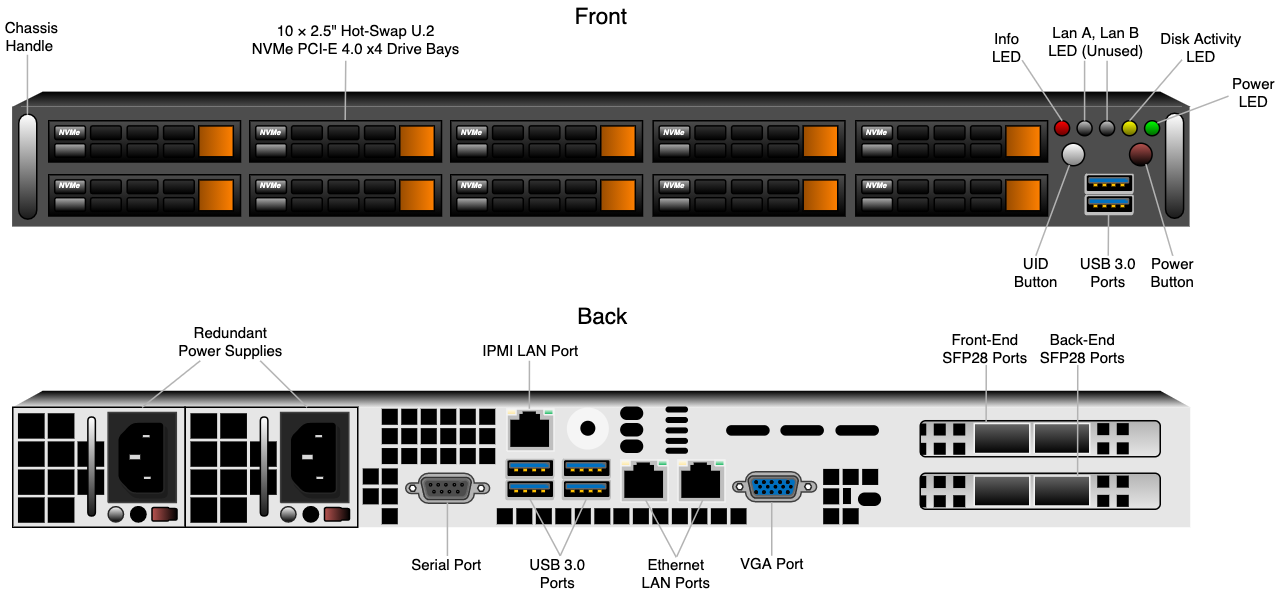
Qumulo/docs keeps this draw.io diagram as supermicro/images/supermicro-front-back-diagram.png. Above is the earlier version. Source tidied: cells renumbered, new cells last; positions are measured from the earlier drawing's top-left corner, leaving out a move shared by most shapes.
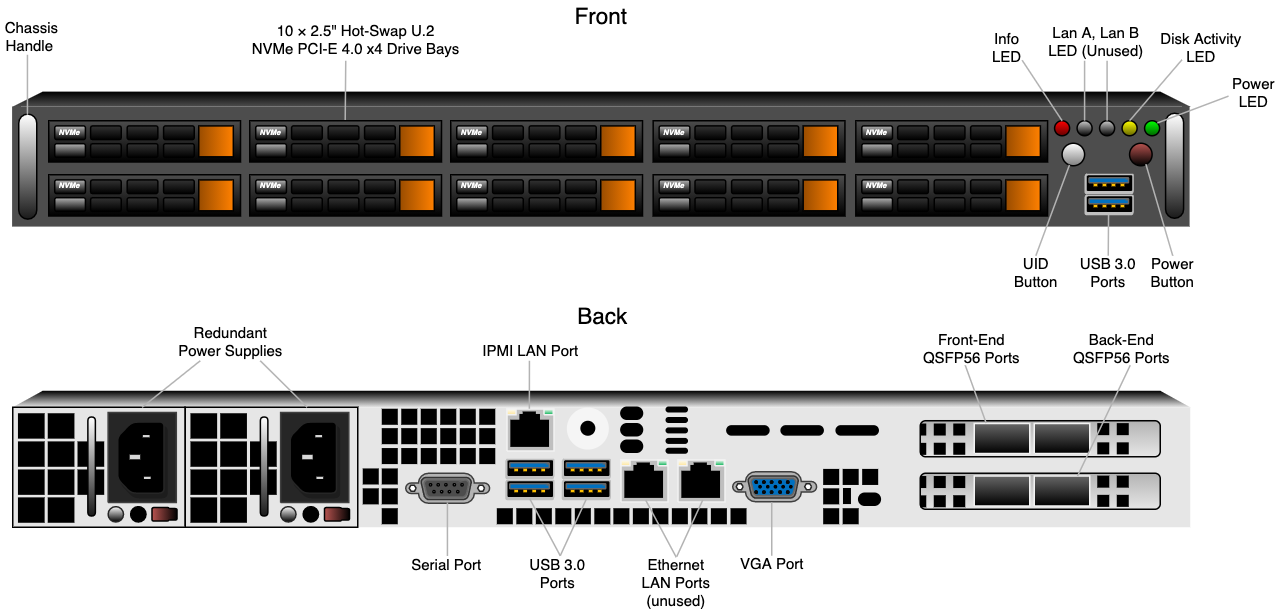
After the commit.

Diff of the diagram source:
```diff
@@ -1173,8 +1173,8 @@
         <mxPoint x="369.4" y="272" as="targetPoint" />
       </mxGeometry>
     </mxCell>
-    <mxCell id="386" value="Front-End SFP28 Ports" style="text;whiteSpace=wrap;html=1;fontSize=10;align=center;" parent="1" vertex="1">
-      <mxGeometry x="636.9" y="212.8" width="72.7" height="20" as="geometry" />
+    <mxCell id="386" value="Front-End QSFP56 Ports" style="text;whiteSpace=wrap;html=1;fontSize=10;align=center;" parent="1" vertex="1">
+      <mxGeometry x="628.1" y="212.8" width="72.7" height="20" as="geometry" />
     </mxCell>
     <mxCell id="387" style="group;" parent="1" vertex="1">
       <mxGeometry x="630" y="280" width="160" height="24" as="geometry" />
@@ -1290,8 +1290,8 @@
         <mxPoint x="314.8" y="370.2" as="targetPoint" />
       </mxGeometry>
     </mxCell>
-    <mxCell id="422" value="Ethernet&lt;br&gt;LAN Ports" style="text;html=1;strokeColor=none;fillColor=none;align=center;verticalAlign=middle;whiteSpace=wrap;rounded=0;shadow=0;fontSize=10;" parent="1" vertex="1">
-      <mxGeometry x="442.2" y="371" width="51" height="20" as="geometry" />
+    <mxCell id="422" value="Ethernet&lt;br&gt;LAN Ports&lt;br&gt;(unused)" style="text;html=1;strokeColor=none;fillColor=none;align=center;verticalAlign=middle;whiteSpace=wrap;rounded=0;shadow=0;fontSize=10;" parent="1" vertex="1">
+      <mxGeometry x="442.2" y="373" width="51" height="28" as="geometry" />
     </mxCell>
     <mxCell id="423" style="endArrow=none;html=1;fontSize=10;shadow=0;strokeColor=#B3B3B3;exitX=0.51;exitY=0.949;exitDx=0;exitDy=0;exitPerimeter=0;" parent="1" edge="1">
       <mxGeometry relative="1" as="geometry">
@@ -1305,17 +1305,17 @@
         <mxPoint x="467.3" y="371" as="targetPoint" />
       </mxGeometry>
     </mxCell>
-    <mxCell id="425" value="Back-End SFP28 Ports" style="text;whiteSpace=wrap;html=1;fontSize=10;align=center;" parent="1" vertex="1">
-      <mxGeometry x="701.9" y="212.9" width="72.7" height="20" as="geometry" />
+    <mxCell id="425" value="Back-End QSFP56 Ports" style="text;whiteSpace=wrap;html=1;fontSize=10;align=center;" parent="1" vertex="1">
+      <mxGeometry x="727.6" y="212.8" width="72.7" height="20" as="geometry" />
     </mxCell>
     <mxCell id="426" style="endArrow=none;html=1;fontSize=10;shadow=0;strokeColor=#B3B3B3;entryX=0.214;entryY=-0.02;entryDx=0;entryDy=0;entryPerimeter=0;" parent="1" edge="1" target="394">
       <mxGeometry relative="1" as="geometry">
-        <mxPoint x="674" y="242.8" as="sourcePoint" />
+        <mxPoint x="660" y="243" as="sourcePoint" />
       </mxGeometry>
     </mxCell>
     <mxCell id="427" style="endArrow=none;html=1;fontSize=10;shadow=0;strokeColor=#B3B3B3;entryX=0.781;entryY=-0.003;entryDx=0;entryDy=0;entryPerimeter=0;" parent="1" edge="1" target="254">
       <mxGeometry relative="1" as="geometry">
-        <mxPoint x="735" y="242.9" as="sourcePoint" />
+        <mxPoint x="770" y="243" as="sourcePoint" />
       </mxGeometry>
     </mxCell>
   </root>
```
